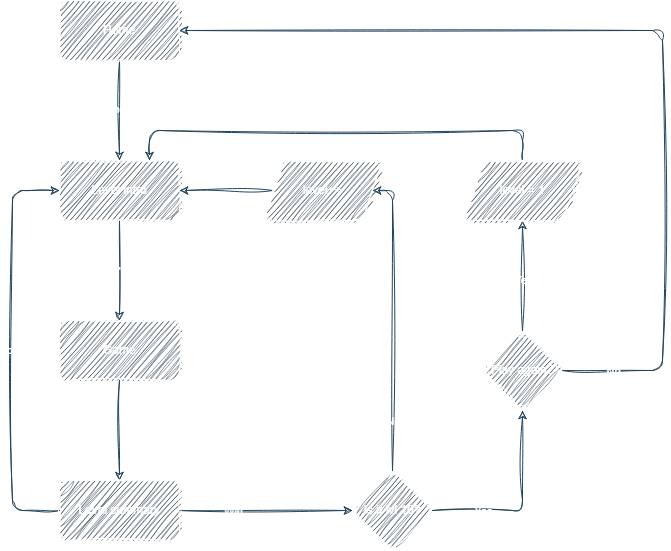
The draw.io diagram flowchart.png in vasilyoshev/ai-assistant, before a commit. Source tidied: cells renumbered, new cells last; positions are measured from the earlier drawing's top-left corner, leaving out a move shared by most shapes.
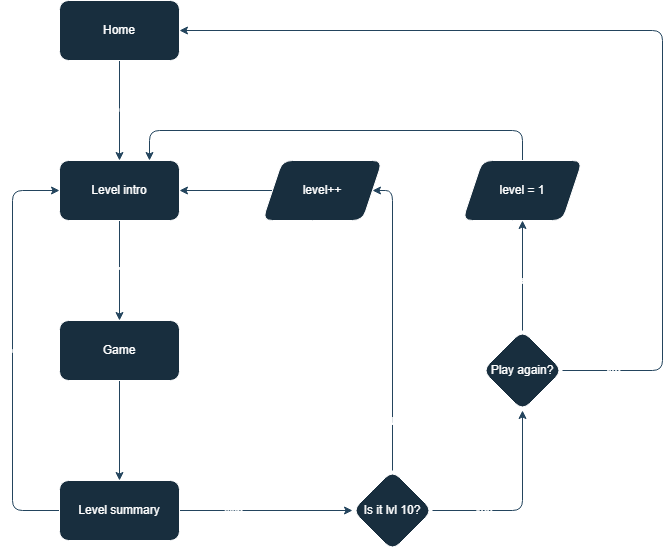
After the change.

Diff of the diagram source:
```diff
@@ -1,35 +1,35 @@
-<mxGraphModel>
+<mxGraphModel background="#ffffff">
   <root>
     <mxCell id="0" />
     <mxCell id="1" parent="0" />
-    <mxCell id="2" style="edgeStyle=orthogonalEdgeStyle;rounded=1;jettySize=auto;html=1;labelBackgroundColor=none;fontColor=default;strokeColor=#23445D;sketch=1;curveFitting=1;jiggle=2;" parent="1" edge="1" source="4" target="7">
+    <mxCell id="2" style="edgeStyle=orthogonalEdgeStyle;rounded=1;jettySize=auto;html=1;labelBackgroundColor=none;fontColor=default;strokeColor=#23445D;" parent="1" edge="1" source="4" target="7">
       <mxGeometry relative="1" as="geometry" />
     </mxCell>
-    <mxCell id="3" value="Click &quot;Find the differences&quot;" style="edgeLabel;html=1;align=center;verticalAlign=middle;labelBackgroundColor=none;rounded=1;fontColor=#FFFFFF;sketch=1;curveFitting=1;jiggle=2;" parent="2" vertex="1">
+    <mxCell id="3" value="Click &quot;Find the differences&quot;" style="edgeLabel;html=1;align=center;verticalAlign=middle;labelBackgroundColor=none;rounded=1;fontColor=#FFFFFF;" parent="2" vertex="1">
       <mxGeometry x="-0.04" relative="1" as="geometry" />
     </mxCell>
-    <mxCell id="4" value="Home" style="rounded=1;whiteSpace=wrap;html=1;labelBackgroundColor=none;fillColor=#182E3E;strokeColor=#FFFFFF;fontColor=#FFFFFF;sketch=1;curveFitting=1;jiggle=2;" parent="1" vertex="1">
+    <mxCell id="4" value="Home" style="rounded=1;whiteSpace=wrap;html=1;labelBackgroundColor=none;fillColor=#182E3E;strokeColor=#FFFFFF;fontColor=#FFFFFF;" parent="1" vertex="1">
       <mxGeometry x="47" width="120" height="60" as="geometry" />
     </mxCell>
-    <mxCell id="5" style="edgeStyle=orthogonalEdgeStyle;rounded=1;jettySize=auto;html=1;exitX=0.5;exitY=1;exitDx=0;exitDy=0;entryX=0.5;entryY=0;entryDx=0;entryDy=0;labelBackgroundColor=none;fontColor=default;strokeColor=#23445D;sketch=1;curveFitting=1;jiggle=2;" parent="1" edge="1" source="7" target="10">
+    <mxCell id="5" style="edgeStyle=orthogonalEdgeStyle;rounded=1;jettySize=auto;html=1;exitX=0.5;exitY=1;exitDx=0;exitDy=0;entryX=0.5;entryY=0;entryDx=0;entryDy=0;labelBackgroundColor=none;fontColor=default;strokeColor=#23445D;" parent="1" edge="1" source="7" target="10">
       <mxGeometry relative="1" as="geometry" />
     </mxCell>
-    <mxCell id="6" value="Click &quot;Start&quot;" style="edgeLabel;html=1;align=center;verticalAlign=middle;labelBackgroundColor=none;rounded=1;fontColor=#FFFFFF;sketch=1;curveFitting=1;jiggle=2;" parent="5" vertex="1">
+    <mxCell id="6" value="Click &quot;Start&quot;" style="edgeLabel;html=1;align=center;verticalAlign=middle;labelBackgroundColor=none;rounded=1;fontColor=#FFFFFF;" parent="5" vertex="1">
       <mxGeometry relative="1" as="geometry" />
     </mxCell>
-    <mxCell id="7" value="Level intro" style="rounded=1;whiteSpace=wrap;html=1;labelBackgroundColor=none;fillColor=#182E3E;strokeColor=#FFFFFF;fontColor=#FFFFFF;sketch=1;curveFitting=1;jiggle=2;" parent="1" vertex="1">
+    <mxCell id="7" value="Level intro" style="rounded=1;whiteSpace=wrap;html=1;labelBackgroundColor=none;fillColor=#182E3E;strokeColor=#FFFFFF;fontColor=#FFFFFF;" parent="1" vertex="1">
       <mxGeometry x="47" y="160" width="120" height="60" as="geometry" />
     </mxCell>
-    <mxCell id="8" style="edgeStyle=orthogonalEdgeStyle;rounded=1;jettySize=auto;html=1;entryX=0.5;entryY=0;entryDx=0;entryDy=0;labelBackgroundColor=none;fontColor=default;strokeColor=#23445D;sketch=1;curveFitting=1;jiggle=2;" parent="1" edge="1" source="10" target="15">
+    <mxCell id="8" style="edgeStyle=orthogonalEdgeStyle;rounded=1;jettySize=auto;html=1;entryX=0.5;entryY=0;entryDx=0;entryDy=0;labelBackgroundColor=none;fontColor=default;strokeColor=#23445D;" parent="1" edge="1" source="10" target="15">
       <mxGeometry relative="1" as="geometry" />
     </mxCell>
-    <mxCell id="9" value="End level (win/lose)" style="edgeLabel;html=1;align=center;verticalAlign=middle;labelBackgroundColor=none;rounded=1;fontColor=#FFFFFF;sketch=1;curveFitting=1;jiggle=2;" parent="8" vertex="1">
+    <mxCell id="9" value="End level (win/lose)" style="edgeLabel;html=1;align=center;verticalAlign=middle;labelBackgroundColor=none;rounded=1;fontColor=#FFFFFF;" parent="8" vertex="1">
       <mxGeometry x="-0.08" y="-1" relative="1" as="geometry" />
     </mxCell>
-    <mxCell id="10" value="Game" style="rounded=1;whiteSpace=wrap;html=1;labelBackgroundColor=none;fillColor=#182E3E;strokeColor=#FFFFFF;fontColor=#FFFFFF;sketch=1;curveFitting=1;jiggle=2;" parent="1" vertex="1">
+    <mxCell id="10" value="Game" style="rounded=1;whiteSpace=wrap;html=1;labelBackgroundColor=none;fillColor=#182E3E;strokeColor=#FFFFFF;fontColor=#FFFFFF;" parent="1" vertex="1">
       <mxGeometry x="47" y="320" width="120" height="60" as="geometry" />
     </mxCell>
-    <mxCell id="11" style="edgeStyle=orthogonalEdgeStyle;rounded=1;jettySize=auto;html=1;entryX=0;entryY=0.5;entryDx=0;entryDy=0;labelBackgroundColor=none;fontColor=default;strokeColor=#23445D;sketch=1;curveFitting=1;jiggle=2;" parent="1" edge="1" source="15" target="7">
+    <mxCell id="11" style="edgeStyle=orthogonalEdgeStyle;rounded=1;jettySize=auto;html=1;entryX=0;entryY=0.5;entryDx=0;entryDy=0;labelBackgroundColor=none;fontColor=default;strokeColor=#23445D;" parent="1" edge="1" source="15" target="7">
       <mxGeometry relative="1" as="geometry">
         <Array as="points">
           <mxPoint y="510" />
@@ -37,58 +37,58 @@
         </Array>
       </mxGeometry>
     </mxCell>
-    <mxCell id="12" value="Lose" style="edgeLabel;html=1;align=center;verticalAlign=middle;labelBackgroundColor=none;rounded=1;fontColor=#FFFFFF;sketch=1;curveFitting=1;jiggle=2;" parent="11" vertex="1">
+    <mxCell id="12" value="Lose" style="edgeLabel;html=1;align=center;verticalAlign=middle;labelBackgroundColor=none;rounded=1;fontColor=#FFFFFF;" parent="11" vertex="1">
       <mxGeometry x="0.01" y="1" relative="1" as="geometry" />
     </mxCell>
-    <mxCell id="13" style="edgeStyle=orthogonalEdgeStyle;rounded=1;jettySize=auto;html=1;exitX=1;exitY=0.5;exitDx=0;exitDy=0;labelBackgroundColor=none;fontColor=default;strokeColor=#23445D;sketch=1;curveFitting=1;jiggle=2;" parent="1" edge="1" source="15" target="20">
+    <mxCell id="13" style="edgeStyle=orthogonalEdgeStyle;rounded=1;jettySize=auto;html=1;exitX=1;exitY=0.5;exitDx=0;exitDy=0;labelBackgroundColor=none;fontColor=default;strokeColor=#23445D;" parent="1" edge="1" source="15" target="20">
       <mxGeometry relative="1" as="geometry" />
     </mxCell>
-    <mxCell id="14" value="Win" style="edgeLabel;html=1;align=center;verticalAlign=middle;labelBackgroundColor=none;rounded=1;fontColor=#FFFFFF;sketch=1;curveFitting=1;jiggle=2;" parent="13" vertex="1">
+    <mxCell id="14" value="Win" style="edgeLabel;html=1;align=center;verticalAlign=middle;labelBackgroundColor=none;rounded=1;fontColor=#FFFFFF;" parent="13" vertex="1">
       <mxGeometry x="-0.2" y="-1" relative="1" as="geometry">
         <mxPoint x="-16" y="-1" as="offset" />
       </mxGeometry>
     </mxCell>
-    <mxCell id="15" value="Level summary" style="rounded=1;whiteSpace=wrap;html=1;labelBackgroundColor=none;fillColor=#182E3E;strokeColor=#FFFFFF;fontColor=#FFFFFF;sketch=1;curveFitting=1;jiggle=2;" parent="1" vertex="1">
+    <mxCell id="15" value="Level summary" style="rounded=1;whiteSpace=wrap;html=1;labelBackgroundColor=none;fillColor=#182E3E;strokeColor=#FFFFFF;fontColor=#FFFFFF;" parent="1" vertex="1">
       <mxGeometry x="47" y="480" width="120" height="60" as="geometry" />
     </mxCell>
-    <mxCell id="16" style="edgeStyle=orthogonalEdgeStyle;rounded=1;jettySize=auto;html=1;exitX=0.5;exitY=0;exitDx=0;exitDy=0;entryX=1;entryY=0.5;entryDx=0;entryDy=0;labelBackgroundColor=none;fontColor=default;strokeColor=#23445D;sketch=1;curveFitting=1;jiggle=2;" parent="1" edge="1" source="20" target="22">
+    <mxCell id="16" style="edgeStyle=orthogonalEdgeStyle;rounded=1;jettySize=auto;html=1;exitX=0.5;exitY=0;exitDx=0;exitDy=0;entryX=1;entryY=0.5;entryDx=0;entryDy=0;labelBackgroundColor=none;fontColor=default;strokeColor=#23445D;" parent="1" edge="1" source="20" target="22">
       <mxGeometry relative="1" as="geometry">
         <Array as="points">
           <mxPoint x="380" y="190" />
         </Array>
       </mxGeometry>
     </mxCell>
-    <mxCell id="17" value="No" style="edgeLabel;html=1;align=center;verticalAlign=middle;labelBackgroundColor=none;rounded=1;fontColor=#FFFFFF;sketch=1;curveFitting=1;jiggle=2;" parent="16" vertex="1">
+    <mxCell id="17" value="No" style="edgeLabel;html=1;align=center;verticalAlign=middle;labelBackgroundColor=none;rounded=1;fontColor=#FFFFFF;" parent="16" vertex="1">
       <mxGeometry x="0.29" y="2" relative="1" as="geometry">
         <mxPoint x="2" y="143" as="offset" />
       </mxGeometry>
     </mxCell>
-    <mxCell id="18" style="edgeStyle=orthogonalEdgeStyle;rounded=1;jettySize=auto;html=1;entryX=0.5;entryY=1;entryDx=0;entryDy=0;labelBackgroundColor=none;fontColor=default;strokeColor=#23445D;sketch=1;curveFitting=1;jiggle=2;" parent="1" edge="1" source="20" target="27">
+    <mxCell id="18" style="edgeStyle=orthogonalEdgeStyle;rounded=1;jettySize=auto;html=1;entryX=0.5;entryY=1;entryDx=0;entryDy=0;labelBackgroundColor=none;fontColor=default;strokeColor=#23445D;" parent="1" edge="1" source="20" target="27">
       <mxGeometry relative="1" as="geometry" />
     </mxCell>
-    <mxCell id="19" value="Yes" style="edgeLabel;html=1;align=center;verticalAlign=middle;labelBackgroundColor=none;rounded=1;fontColor=#FFFFFF;sketch=1;curveFitting=1;jiggle=2;" parent="18" vertex="1">
+    <mxCell id="19" value="Yes" style="edgeLabel;html=1;align=center;verticalAlign=middle;labelBackgroundColor=none;rounded=1;fontColor=#FFFFFF;" parent="18" vertex="1">
       <mxGeometry x="-0.02" relative="1" as="geometry">
         <mxPoint x="-40" y="3" as="offset" />
       </mxGeometry>
     </mxCell>
-    <mxCell id="20" value="Is it lvl 10?" style="rhombus;whiteSpace=wrap;html=1;labelBackgroundColor=none;rounded=1;fillColor=#182E3E;strokeColor=#FFFFFF;fontColor=#FFFFFF;sketch=1;curveFitting=1;jiggle=2;" parent="1" vertex="1">
+    <mxCell id="20" value="Is it lvl 10?" style="rhombus;whiteSpace=wrap;html=1;labelBackgroundColor=none;rounded=1;fillColor=#182E3E;strokeColor=#FFFFFF;fontColor=#FFFFFF;" parent="1" vertex="1">
       <mxGeometry x="340" y="470" width="80" height="80" as="geometry" />
     </mxCell>
-    <mxCell id="21" style="edgeStyle=orthogonalEdgeStyle;rounded=1;jettySize=auto;html=1;labelBackgroundColor=none;fontColor=default;strokeColor=#23445D;sketch=1;curveFitting=1;jiggle=2;" parent="1" edge="1" source="22" target="7">
+    <mxCell id="21" style="edgeStyle=orthogonalEdgeStyle;rounded=1;jettySize=auto;html=1;labelBackgroundColor=none;fontColor=default;strokeColor=#23445D;" parent="1" edge="1" source="22" target="7">
       <mxGeometry relative="1" as="geometry" />
     </mxCell>
-    <mxCell id="22" value="level++" style="shape=parallelogram;perimeter=parallelogramPerimeter;whiteSpace=wrap;html=1;fixedSize=1;labelBackgroundColor=none;rounded=1;fillColor=#182E3E;strokeColor=#FFFFFF;fontColor=#FFFFFF;sketch=1;curveFitting=1;jiggle=2;" parent="1" vertex="1">
+    <mxCell id="22" value="level++" style="shape=parallelogram;perimeter=parallelogramPerimeter;whiteSpace=wrap;html=1;fixedSize=1;labelBackgroundColor=none;rounded=1;fillColor=#182E3E;strokeColor=#FFFFFF;fontColor=#FFFFFF;" parent="1" vertex="1">
       <mxGeometry x="250" y="160" width="120" height="60" as="geometry" />
     </mxCell>
-    <mxCell id="23" style="edgeStyle=orthogonalEdgeStyle;rounded=1;jettySize=auto;html=1;entryX=0.5;entryY=1;entryDx=0;entryDy=0;labelBackgroundColor=none;fontColor=default;strokeColor=#23445D;sketch=1;curveFitting=1;jiggle=2;" parent="1" edge="1" source="27" target="29">
+    <mxCell id="23" style="edgeStyle=orthogonalEdgeStyle;rounded=1;jettySize=auto;html=1;entryX=0.5;entryY=1;entryDx=0;entryDy=0;labelBackgroundColor=none;fontColor=default;strokeColor=#23445D;" parent="1" edge="1" source="27" target="29">
       <mxGeometry relative="1" as="geometry" />
     </mxCell>
-    <mxCell id="24" value="Yes" style="edgeLabel;html=1;align=center;verticalAlign=middle;labelBackgroundColor=none;rounded=1;fontColor=#FFFFFF;sketch=1;curveFitting=1;jiggle=2;" parent="23" vertex="1">
+    <mxCell id="24" value="Yes" style="edgeLabel;html=1;align=center;verticalAlign=middle;labelBackgroundColor=none;rounded=1;fontColor=#FFFFFF;" parent="23" vertex="1">
       <mxGeometry x="-0.01" relative="1" as="geometry">
         <mxPoint y="4" as="offset" />
       </mxGeometry>
     </mxCell>
-    <mxCell id="25" style="edgeStyle=orthogonalEdgeStyle;rounded=1;jettySize=auto;html=1;entryX=1;entryY=0.5;entryDx=0;entryDy=0;labelBackgroundColor=none;fontColor=default;strokeColor=#23445D;sketch=1;curveFitting=1;jiggle=2;" parent="1" edge="1" source="27" target="4">
+    <mxCell id="25" style="edgeStyle=orthogonalEdgeStyle;rounded=1;jettySize=auto;html=1;entryX=1;entryY=0.5;entryDx=0;entryDy=0;labelBackgroundColor=none;fontColor=default;strokeColor=#23445D;" parent="1" edge="1" source="27" target="4">
       <mxGeometry relative="1" as="geometry">
         <Array as="points">
           <mxPoint x="650" y="370" />
@@ -96,15 +96,15 @@
         </Array>
       </mxGeometry>
     </mxCell>
-    <mxCell id="26" value="No" style="edgeLabel;html=1;align=center;verticalAlign=middle;labelBackgroundColor=none;rounded=1;fontColor=#FFFFFF;sketch=1;curveFitting=1;jiggle=2;" parent="25" vertex="1">
+    <mxCell id="26" value="No" style="edgeLabel;html=1;align=center;verticalAlign=middle;labelBackgroundColor=none;rounded=1;fontColor=#FFFFFF;" parent="25" vertex="1">
       <mxGeometry x="-0.44" y="-1" relative="1" as="geometry">
         <mxPoint x="-51" y="158" as="offset" />
       </mxGeometry>
     </mxCell>
-    <mxCell id="27" value="Play again?" style="rhombus;whiteSpace=wrap;html=1;labelBackgroundColor=none;rounded=1;fillColor=#182E3E;strokeColor=#FFFFFF;fontColor=#FFFFFF;sketch=1;curveFitting=1;jiggle=2;" parent="1" vertex="1">
+    <mxCell id="27" value="Play again?" style="rhombus;whiteSpace=wrap;html=1;labelBackgroundColor=none;rounded=1;fillColor=#182E3E;strokeColor=#FFFFFF;fontColor=#FFFFFF;" parent="1" vertex="1">
       <mxGeometry x="470" y="330" width="80" height="80" as="geometry" />
     </mxCell>
-    <mxCell id="28" style="edgeStyle=orthogonalEdgeStyle;rounded=1;jettySize=auto;html=1;entryX=0.75;entryY=0;entryDx=0;entryDy=0;labelBackgroundColor=none;fontColor=default;strokeColor=#23445D;sketch=1;curveFitting=1;jiggle=2;" parent="1" edge="1" source="29" target="7">
+    <mxCell id="28" style="edgeStyle=orthogonalEdgeStyle;rounded=1;jettySize=auto;html=1;entryX=0.75;entryY=0;entryDx=0;entryDy=0;labelBackgroundColor=none;fontColor=default;strokeColor=#23445D;" parent="1" edge="1" source="29" target="7">
       <mxGeometry relative="1" as="geometry">
         <Array as="points">
           <mxPoint x="510" y="130" />
@@ -112,7 +112,7 @@
         </Array>
       </mxGeometry>
     </mxCell>
-    <mxCell id="29" value="level = 1" style="shape=parallelogram;perimeter=parallelogramPerimeter;whiteSpace=wrap;html=1;fixedSize=1;labelBackgroundColor=none;rounded=1;fillColor=#182E3E;strokeColor=#FFFFFF;fontColor=#FFFFFF;sketch=1;curveFitting=1;jiggle=2;" parent="1" vertex="1">
+    <mxCell id="29" value="level = 1" style="shape=parallelogram;perimeter=parallelogramPerimeter;whiteSpace=wrap;html=1;fixedSize=1;labelBackgroundColor=none;rounded=1;fillColor=#182E3E;strokeColor=#FFFFFF;fontColor=#FFFFFF;" parent="1" vertex="1">
       <mxGeometry x="450" y="160" width="120" height="60" as="geometry" />
     </mxCell>
   </root>
```
